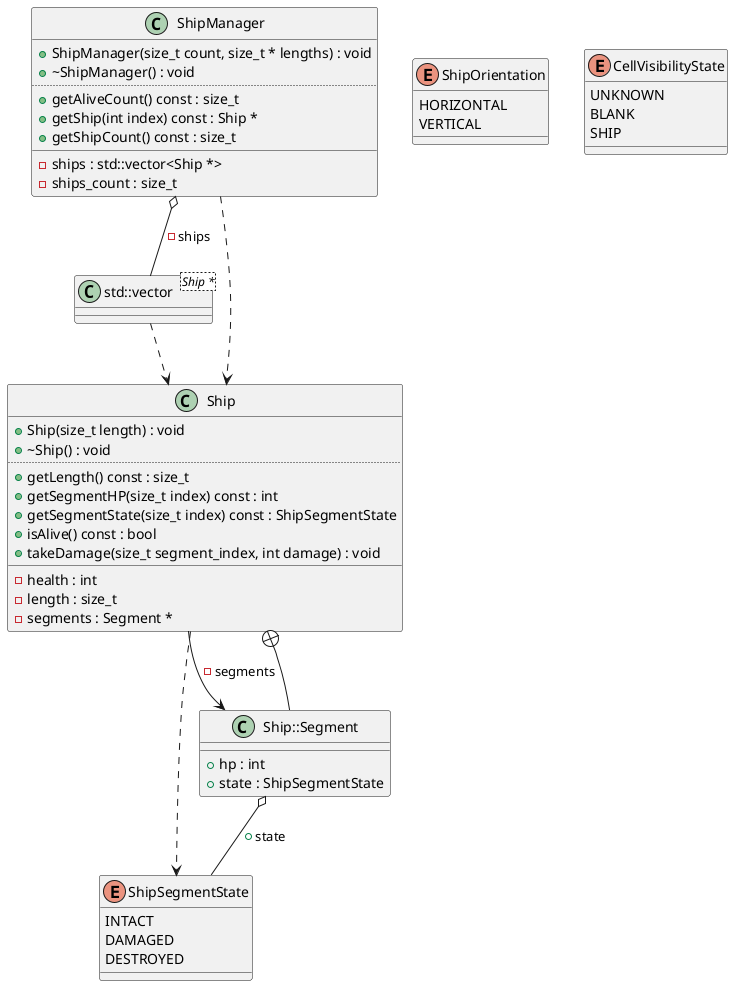
This is diagrams/ShipManager.png from Rennelv/ships, a PlantUML export, as it was before one commit.
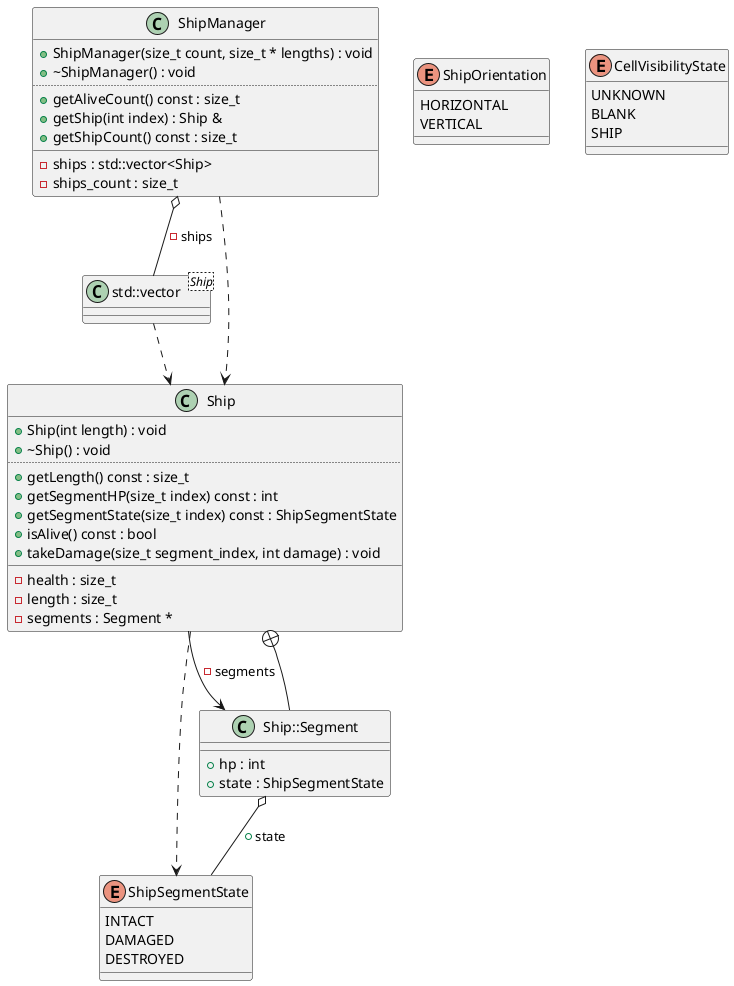
Above is the later version.

What changed in the source:
```diff
@@ -1,6 +1,6 @@
 @startuml
-class "std::vector<Ship *>" as C_0007462257846685508834
-class C_0007462257846685508834 {
+class "std::vector<Ship>" as C_0010668212532447068380
+class C_0010668212532447068380 {
 __
 }
 enum "ShipSegmentState" as C_0014256742677139282670
@@ -22,7 +22,7 @@
 }
 class "Ship" as C_0014529657433315016423
 class C_0014529657433315016423 {
-+Ship(size_t length) : void
++Ship(int length) : void
 +~Ship() : void
 ..
 +getLength() const : size_t
@@ -31,7 +31,7 @@
 +isAlive() const : bool
 +takeDamage(size_t segment_index, int damage) : void
 __
--health : int
+-health : size_t
 -length : size_t
 -segments : Segment *
 }
@@ -47,18 +47,18 @@
 +~ShipManager() : void
 ..
 +getAliveCount() const : size_t
-+getShip(int index) const : Ship *
++getShip(int index) : Ship &
 +getShipCount() const : size_t
 __
--ships : std::vector<Ship *>
+-ships : std::vector<Ship>
 -ships_count : size_t
 }
-C_0007462257846685508834 ..> C_0014529657433315016423
+C_0010668212532447068380 ..> C_0014529657433315016423
 C_0014529657433315016423 ..> C_0014256742677139282670
 C_0014529657433315016423 --> C_0000674658759292391449 : -segments
 C_0000674658759292391449 --+ C_0014529657433315016423
 C_0000674658759292391449 o-- C_0014256742677139282670 : +state
 C_0017499122254539489506 ..> C_0014529657433315016423
-C_0017499122254539489506 o-- C_0007462257846685508834 : -ships
+C_0017499122254539489506 o-- C_0010668212532447068380 : -ships
 
 @enduml
```
